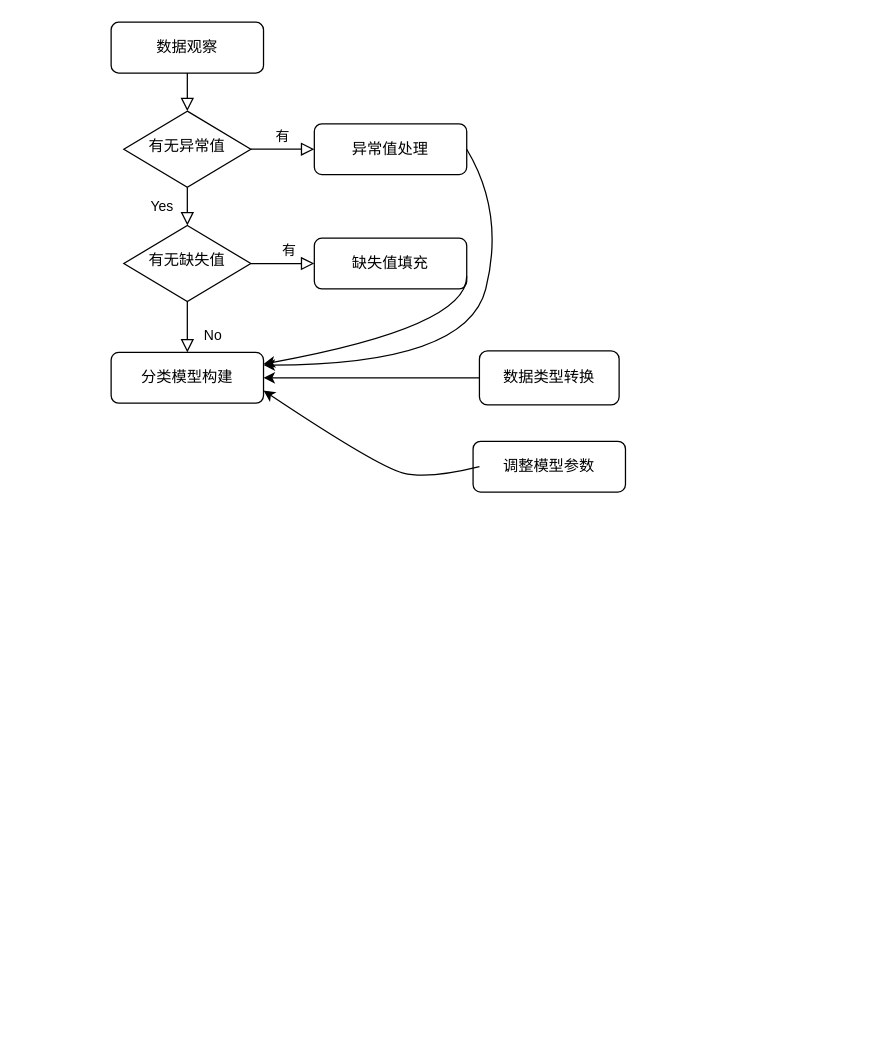
hxhpx/ML-HW1 keeps this draw.io diagram as Untitled Diagram.drawio. Above is the earlier version. Source tidied: cells renumbered, new cells numbered last; positions are measured from the earlier drawing's top-left corner, leaving out a move shared by most shapes. Both pictures are drawn from the tidied source at 127%, with x=0, y=0 at pixel (110, 22).
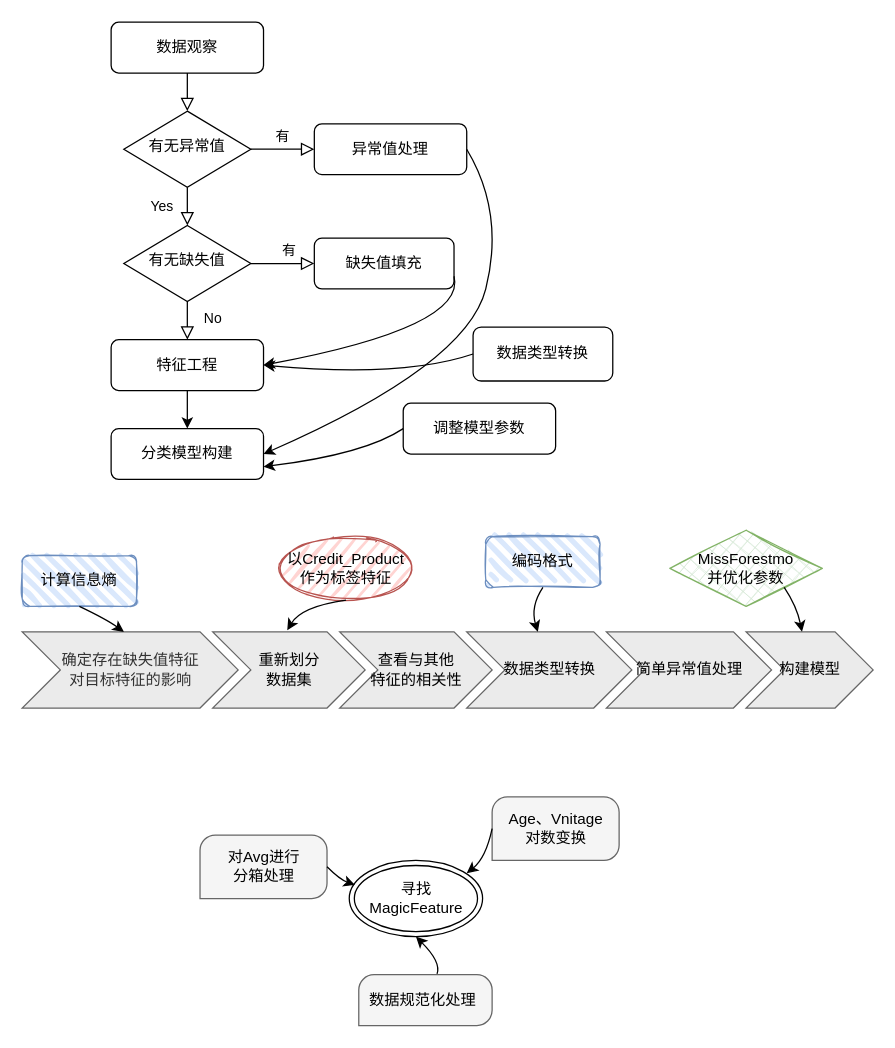
Above is the later version.

The change refers to these unchanged cells:
```xml
<mxCell id="7" value="异常值处理" style="rounded=1;whiteSpace=wrap;html=1;fontSize=12;glass=0;strokeWidth=1;shadow=0;" parent="1" vertex="1">
  <mxGeometry x="160" y="80" width="120" height="40" as="geometry" />
</mxCell>
<mxCell id="10" value="有无缺失值" style="rhombus;whiteSpace=wrap;html=1;shadow=0;fontFamily=Helvetica;fontSize=12;align=center;strokeWidth=1;spacing=6;spacingTop=-4;" parent="1" vertex="1">
  <mxGeometry x="10" y="160" width="100" height="60" as="geometry" />
</mxCell>
```

What changed in the source:
```diff
@@
-    <mxCell id="8" value="No" style="rounded=0;html=1;jettySize=auto;fontSize=11;endArrow=block;endFill=0;endSize=8;strokeWidth=1;shadow=0;labelBackgroundColor=none;edgeStyle=orthogonalEdgeStyle;entryX=0.5;entryY=0;entryDx=0;entryDy=0;" parent="1" edge="1" source="10" target="12">
+    <mxCell id="8" value="No" style="rounded=0;html=1;jettySize=auto;fontSize=11;endArrow=block;endFill=0;endSize=8;strokeWidth=1;shadow=0;labelBackgroundColor=none;edgeStyle=orthogonalEdgeStyle;entryX=0.5;entryY=0;entryDx=0;entryDy=0;" parent="1" edge="1" source="10" target="20">
       <mxGeometry x="0.33" y="20" relative="1" as="geometry" />
     </mxCell>
@@
     <mxCell id="11" value="缺失值填充" style="rounded=1;whiteSpace=wrap;html=1;fontSize=12;glass=0;strokeWidth=1;shadow=0;" parent="1" vertex="1">
-      <mxGeometry x="160" y="170" width="120" height="40" as="geometry" />
+      <mxGeometry x="160" y="170" width="110" height="40" as="geometry" />
     </mxCell>
     <mxCell id="12" value="分类模型构建" style="whiteSpace=wrap;html=1;rounded=1;shadow=0;strokeWidth=1;glass=0;" parent="1" vertex="1">
-      <mxGeometry y="260" width="120" height="40" as="geometry" />
+      <mxGeometry y="320" width="120" height="40" as="geometry" />
     </mxCell>
-    <mxCell id="13" style="edgeStyle=orthogonalEdgeStyle;rounded=0;jettySize=auto;html=1;entryX=1;entryY=0.5;entryDx=0;entryDy=0;" parent="1" edge="1" source="14" target="12">
-      <mxGeometry relative="1" as="geometry" />
-    </mxCell>
     <mxCell id="14" value="数据类型转换" style="rounded=1;whiteSpace=wrap;html=1;fontSize=12;glass=0;strokeWidth=1;shadow=0;" parent="1" vertex="1">
-      <mxGeometry x="290" y="258.8" width="110" height="42.5" as="geometry" />
+      <mxGeometry x="285" y="240" width="110" height="42.5" as="geometry" />
     </mxCell>
-    <mxCell id="15" style="curved=1;endArrow=classic;html=1;exitX=1;exitY=0.75;exitDx=0;exitDy=0;" parent="1" edge="1" source="11" target="12">
+    <mxCell id="15" style="curved=1;endArrow=classic;html=1;exitX=1;exitY=0.75;exitDx=0;exitDy=0;entryX=1;entryY=0.5;entryDx=0;entryDy=0;" parent="1" edge="1" source="11" target="20">
       <mxGeometry relative="1" as="geometry">
         <Array as="points">
           <mxPoint x="280" y="240" />
         </Array>
       </mxGeometry>
     </mxCell>
-    <mxCell id="16" style="curved=1;endArrow=classic;html=1;exitX=1;exitY=0.5;exitDx=0;exitDy=0;" parent="1" edge="1" source="7">
+    <mxCell id="16" style="curved=1;endArrow=classic;html=1;exitX=1;exitY=0.5;exitDx=0;exitDy=0;entryX=1;entryY=0.5;entryDx=0;entryDy=0;" parent="1" edge="1" source="7" target="12">
       <mxGeometry relative="1" as="geometry">
-        <mxPoint x="120" y="270" as="targetPoint" />
         <Array as="points">
           <mxPoint x="310" y="150" />
           <mxPoint x="280" y="270" />
         </Array>
       </mxGeometry>
     </mxCell>
     <mxCell id="17" value="调整模型参数" style="whiteSpace=wrap;html=1;rounded=1;shadow=0;strokeWidth=1;glass=0;" parent="1" vertex="1">
-      <mxGeometry x="285" y="330" width="120" height="40" as="geometry" />
+      <mxGeometry x="230" y="300" width="120" height="40" as="geometry" />
     </mxCell>
-    <mxCell id="18" style="curved=1;endArrow=classic;html=1;entryX=1;entryY=0.75;entryDx=0;entryDy=0;" parent="1" edge="1" target="12">
+    <mxCell id="18" style="curved=1;endArrow=classic;html=1;entryX=1;entryY=0.75;entryDx=0;entryDy=0;exitX=0;exitY=0.5;exitDx=0;exitDy=0;" parent="1" edge="1" source="17" target="12">
       <mxGeometry relative="1" as="geometry">
-        <mxPoint x="290" y="350" as="sourcePoint" />
         <Array as="points">
-          <mxPoint x="250" y="360" />
-          <mxPoint x="210" y="350" />
+          <mxPoint x="200" y="340" />
         </Array>
       </mxGeometry>
     </mxCell>
+    <mxCell id="19" style="edgeStyle=orthogonalEdgeStyle;rounded=0;jettySize=auto;html=1;entryX=0.5;entryY=0;entryDx=0;entryDy=0;" parent="1" edge="1" source="20" target="12">
+      <mxGeometry relative="1" as="geometry" />
+    </mxCell>
+    <mxCell id="20" value="特征工程" style="whiteSpace=wrap;html=1;rounded=1;shadow=0;strokeWidth=1;glass=0;" parent="1" vertex="1">
+      <mxGeometry y="250" width="120" height="40" as="geometry" />
+    </mxCell>
+    <mxCell id="21" style="curved=1;endArrow=classic;html=1;rounded=0;exitX=0;exitY=0.5;exitDx=0;exitDy=0;entryX=1;entryY=0.5;entryDx=0;entryDy=0;" parent="1" edge="1" source="14" target="20">
+      <mxGeometry relative="1" as="geometry">
+        <Array as="points">
+          <mxPoint x="230" y="280" />
+        </Array>
+      </mxGeometry>
+    </mxCell>
+    <mxCell id="22" value="确定存在缺失值特征&lt;br&gt;对目标特征的影响" style="html=1;shadow=0;dashed=0;align=center;verticalAlign=middle;shape=mxgraph.arrows2.arrow;dy=0;dx=30;notch=30;strokeColor=#666666;fillColor=#EBEBEB;fontColor=#333333;" parent="1" vertex="1">
+      <mxGeometry x="-70" y="480" width="170" height="60" as="geometry" />
+    </mxCell>
+    <mxCell id="23" value="重新划分&lt;br&gt;数据集" style="html=1;shadow=0;dashed=0;align=center;verticalAlign=middle;shape=mxgraph.arrows2.arrow;dy=0;dx=30;notch=30;strokeColor=#666666;fillColor=#EBEBEB;" parent="1" vertex="1">
+      <mxGeometry x="80" y="480" width="120" height="60" as="geometry" />
+    </mxCell>
+    <mxCell id="24" value="查看与其他&lt;br&gt;特征的相关性" style="html=1;shadow=0;dashed=0;align=center;verticalAlign=middle;shape=mxgraph.arrows2.arrow;dy=0;dx=30;notch=30;strokeColor=#666666;fillColor=#EBEBEB;" parent="1" vertex="1">
+      <mxGeometry x="180" y="480" width="120" height="60" as="geometry" />
+    </mxCell>
+    <mxCell id="25" value="数据类型转换" style="html=1;shadow=0;dashed=0;align=center;verticalAlign=middle;shape=mxgraph.arrows2.arrow;dy=0;dx=30;notch=30;strokeColor=#666666;fillColor=#EBEBEB;" parent="1" vertex="1">
+      <mxGeometry x="280" y="480" width="130" height="60" as="geometry" />
+    </mxCell>
+    <mxCell id="26" value="简单异常值处理" style="html=1;shadow=0;dashed=0;align=center;verticalAlign=middle;shape=mxgraph.arrows2.arrow;dy=0;dx=30;notch=30;strokeColor=#666666;fillColor=#EBEBEB;" parent="1" vertex="1">
+      <mxGeometry x="390" y="480" width="130" height="60" as="geometry" />
+    </mxCell>
+    <mxCell id="27" value="构建模型" style="html=1;shadow=0;dashed=0;align=center;verticalAlign=middle;shape=mxgraph.arrows2.arrow;dy=0;dx=30;notch=30;strokeColor=#666666;fillColor=#EBEBEB;" parent="1" vertex="1">
+      <mxGeometry x="500" y="480" width="100" height="60" as="geometry" />
+    </mxCell>
+    <mxCell id="28" value="计算信息熵" style="rounded=1;whiteSpace=wrap;html=1;strokeWidth=1;fillWeight=4;hachureGap=8;hachureAngle=45;fillColor=#dae8fc;sketch=1;strokeColor=#6c8ebf;" parent="1" vertex="1">
+      <mxGeometry x="-70" y="420" width="90" height="40" as="geometry" />
+    </mxCell>
+    <mxCell id="29" value="以Credit_Product&lt;br&gt;作为标签特征" style="ellipse;whiteSpace=wrap;html=1;strokeWidth=1;fillWeight=2;hachureGap=8;fillColor=#FFD4D2;fillStyle=dots;sketch=1;strokeColor=#b85450;" parent="1" vertex="1">
+      <mxGeometry x="130" y="405" width="110" height="50" as="geometry" />
+    </mxCell>
+    <mxCell id="30" value="编码格式" style="rounded=1;whiteSpace=wrap;html=1;strokeWidth=1;fillWeight=4;hachureGap=8;hachureAngle=45;fillColor=#dae8fc;sketch=1;strokeColor=#6c8ebf;" parent="1" vertex="1">
+      <mxGeometry x="295" y="405" width="90" height="40" as="geometry" />
+    </mxCell>
+    <mxCell id="31" value="MissForestmo&lt;br&gt;并优化参数" style="rhombus;whiteSpace=wrap;html=1;strokeWidth=1;fillWeight=-1;hachureGap=8;fillStyle=cross-hatch;fillColor=#d5e8d4;sketch=1;strokeColor=#82b366;" parent="1" vertex="1">
+      <mxGeometry x="440" y="400" width="120" height="60" as="geometry" />
+    </mxCell>
+    <mxCell id="32" style="curved=1;endArrow=classic;html=1;rounded=0;exitX=0.5;exitY=1;exitDx=0;exitDy=0;entryX=0.489;entryY=-0.022;entryDx=0;entryDy=0;entryPerimeter=0;" parent="1" edge="1" source="29" target="23">
+      <mxGeometry relative="1" as="geometry">
+        <Array as="points">
+          <mxPoint x="150" y="460" />
+        </Array>
+      </mxGeometry>
+    </mxCell>
+    <mxCell id="33" style="curved=1;endArrow=classic;html=1;rounded=0;exitX=0.5;exitY=1;exitDx=0;exitDy=0;" parent="1" edge="1" source="30" target="25">
+      <mxGeometry relative="1" as="geometry">
+        <Array as="points">
+          <mxPoint x="330" y="460" />
+        </Array>
+      </mxGeometry>
+    </mxCell>
+    <mxCell id="34" style="curved=1;endArrow=classic;html=1;rounded=0;exitX=1;exitY=1;exitDx=0;exitDy=0;" parent="1" edge="1" source="31" target="27">
+      <mxGeometry relative="1" as="geometry">
+        <Array as="points">
+          <mxPoint x="540" y="460" />
+        </Array>
+      </mxGeometry>
+    </mxCell>
+    <mxCell id="35" style="curved=1;endArrow=classic;html=1;rounded=0;exitX=0.5;exitY=1;exitDx=0;exitDy=0;entryX=0.471;entryY=0;entryDx=0;entryDy=0;entryPerimeter=0;" parent="1" edge="1" source="28" target="22">
+      <mxGeometry relative="1" as="geometry">
+        <Array as="points">
+          <mxPoint x="-4" y="470" />
+        </Array>
+      </mxGeometry>
+    </mxCell>
+    <mxCell id="36" value="寻找MagicFeature" style="ellipse;shape=doubleEllipse;whiteSpace=wrap;html=1;strokeWidth=1;" parent="1" vertex="1">
+      <mxGeometry x="187.5" y="660" width="105" height="60" as="geometry" />
+    </mxCell>
+    <mxCell id="37" style="verticalLabelPosition=bottom;verticalAlign=top;html=1;shape=mxgraph.basic.three_corner_round_rect;dx=6;strokeWidth=1;fillColor=#f5f5f5;fontColor=#333333;strokeColor=#666666;" parent="1" vertex="1">
+      <mxGeometry x="70" y="640" width="100" height="50" as="geometry" />
+    </mxCell>
+    <mxCell id="38" value="对Avg进行&lt;br&gt;分箱处理" style="text;html=1;align=center;verticalAlign=middle;strokeColor=none;fillColor=none;" parent="1" vertex="1">
+      <mxGeometry x="85" y="650" width="70" height="30" as="geometry" />
+    </mxCell>
+    <mxCell id="39" style="verticalLabelPosition=bottom;verticalAlign=top;html=1;shape=mxgraph.basic.three_corner_round_rect;dx=6;strokeWidth=1;fillColor=#f5f5f5;fontColor=#333333;strokeColor=#666666;" parent="1" vertex="1">
+      <mxGeometry x="300" y="610" width="100" height="50" as="geometry" />
+    </mxCell>
+    <mxCell id="40" value="Age、Vnitage&lt;br&gt;对数变换" style="text;html=1;align=center;verticalAlign=middle;strokeColor=none;fillColor=none;" parent="1" vertex="1">
+      <mxGeometry x="305" y="620" width="90" height="30" as="geometry" />
+    </mxCell>
+    <mxCell id="41" style="verticalLabelPosition=bottom;verticalAlign=top;html=1;shape=mxgraph.basic.three_corner_round_rect;dx=6;strokeWidth=1;fillColor=#f5f5f5;fontColor=#333333;strokeColor=#666666;" parent="1" vertex="1">
+      <mxGeometry x="195" y="750" width="105" height="40" as="geometry" />
+    </mxCell>
+    <mxCell id="42" value="数据规范化处理" style="text;html=1;align=center;verticalAlign=middle;strokeColor=none;fillColor=none;" parent="1" vertex="1">
+      <mxGeometry x="195" y="760" width="100" height="20" as="geometry" />
+    </mxCell>
+    <mxCell id="43" style="curved=1;endArrow=classic;html=1;rounded=0;exitX=0;exitY=0.5;exitDx=0;exitDy=0;entryX=0.881;entryY=0.167;entryDx=0;entryDy=0;entryPerimeter=0;exitPerimeter=0;" parent="1" edge="1" source="39" target="36">
+      <mxGeometry relative="1" as="geometry">
+        <Array as="points">
+          <mxPoint x="295" y="658.2" />
+        </Array>
+      </mxGeometry>
+    </mxCell>
+    <mxCell id="44" style="curved=1;endArrow=classic;html=1;rounded=0;exitX=1;exitY=0.5;exitDx=0;exitDy=0;exitPerimeter=0;entryX=0.043;entryY=0.322;entryDx=0;entryDy=0;entryPerimeter=0;" parent="1" edge="1" source="37" target="36">
+      <mxGeometry relative="1" as="geometry">
+        <Array as="points">
+          <mxPoint x="180" y="675" />
+        </Array>
+      </mxGeometry>
+    </mxCell>
+    <mxCell id="45" style="curved=1;endArrow=classic;html=1;rounded=0;entryX=0.5;entryY=1;entryDx=0;entryDy=0;exitX=0.587;exitY=-0.017;exitDx=0;exitDy=0;exitPerimeter=0;" parent="1" edge="1" source="41" target="36">
+      <mxGeometry relative="1" as="geometry">
+        <Array as="points">
+          <mxPoint x="260" y="740" />
+        </Array>
+      </mxGeometry>
+    </mxCell>
```
